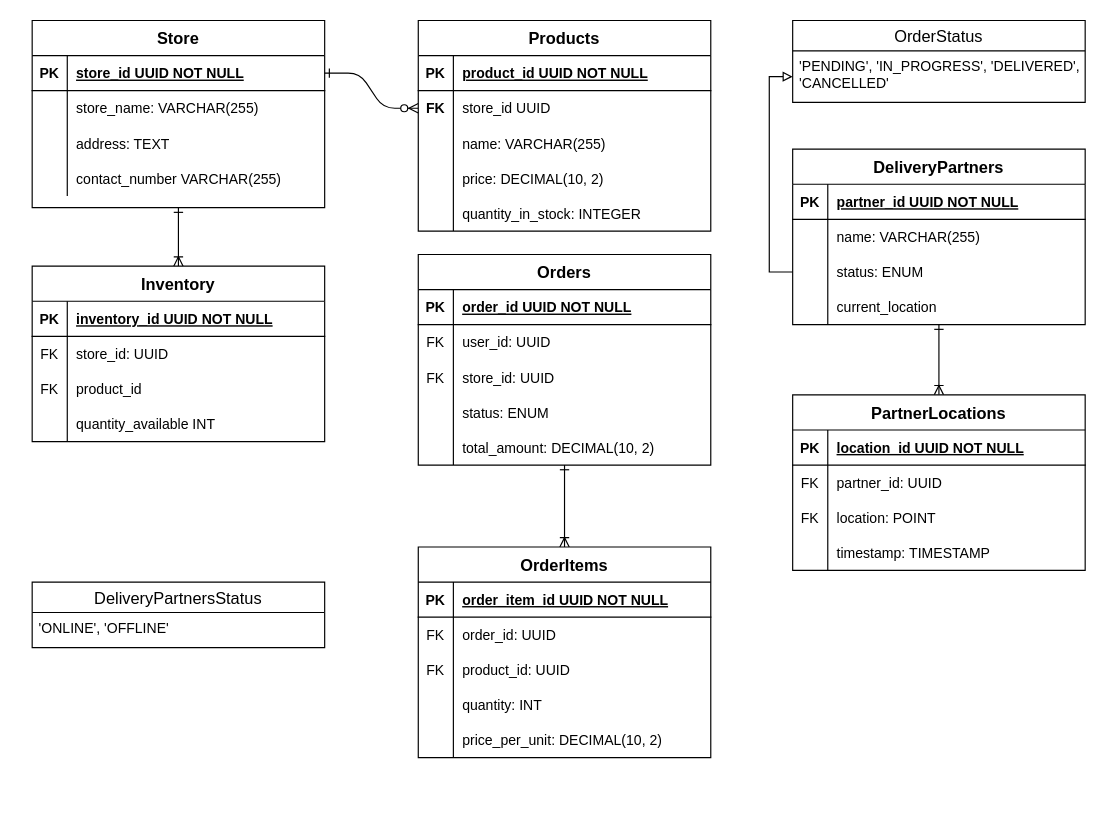
The draw.io diagram Quick Commerce platform Schema.drawio in geeky-sanjay/class-diagrams, before the edit. Source tidied: cells renumbered, new cells numbered last; positions are measured from the earlier drawing's top-left corner, leaving out a move shared by most shapes. Both pictures are drawn from the tidied source at 117%, with x=0, y=0 at pixel (32, 20).
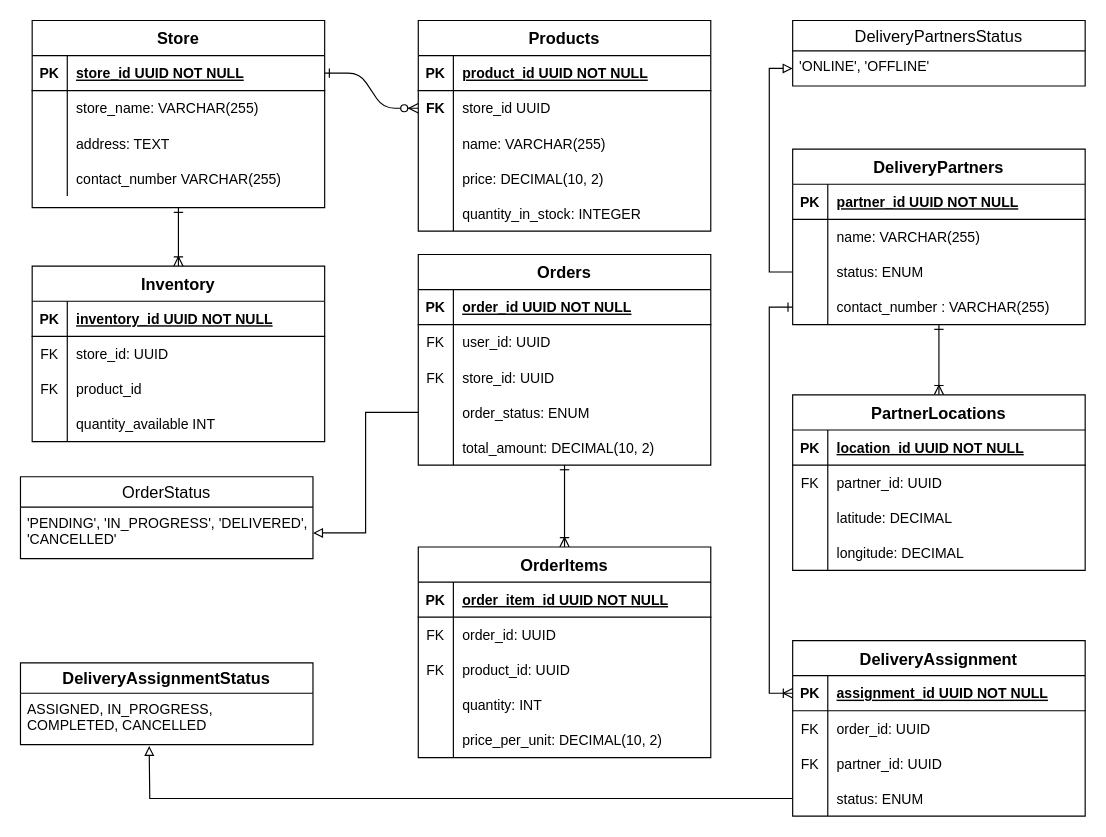
After the change.

The change refers to these unchanged cells:
```xml
<mxCell id="41" style="shape=partialRectangle;fillColor=none;points=[[0,0.5],[1,0.5]];portConstraint=eastwest;top=0;left=0;right=0;bottom=0;" parent="34" vertex="1">
  <mxGeometry y="90" width="250" height="30" as="geometry" />
</mxCell>
<mxCell id="44" style="shape=partialRectangle;fillColor=none;points=[[0,0.5],[1,0.5]];portConstraint=eastwest;top=0;left=0;right=0;bottom=0;" parent="34" vertex="1">
  <mxGeometry y="120" width="250" height="30" as="geometry" />
</mxCell>
<mxCell id="48" value="'ONLINE', 'OFFLINE'" style="text;strokeColor=none;fillColor=none;spacingLeft=4;spacingRight=4;overflow=hidden;points=[[0,0.5],[1,0.5]];portConstraint=eastwest;fontSize=12;whiteSpace=wrap;html=1;" parent="47" vertex="1">
  <mxGeometry y="26" width="250" height="30" as="geometry" />
</mxCell>
<mxCell id="60" style="shape=partialRectangle;fillColor=none;points=[[0,0.5],[1,0.5]];portConstraint=eastwest;top=0;left=0;right=0;bottom=0;" parent="50" vertex="1">
  <mxGeometry y="120" width="250" height="30" as="geometry" />
</mxCell>
<mxCell id="67" value="'PENDING', 'IN_PROGRESS', 'DELIVERED', 'CANCELLED'" style="text;strokeColor=none;fillColor=none;spacingLeft=4;spacingRight=4;overflow=hidden;points=[[0,0.5],[1,0.5]];portConstraint=eastwest;fontSize=12;whiteSpace=wrap;html=1;" parent="66" vertex="1">
  <mxGeometry y="26" width="250" height="44" as="geometry" />
</mxCell>
<mxCell id="84" value="PartnerLocations    " style="shape=table;startSize=30;childLayout=tableLayout;rowLines=0;fontStyle=1;align=center;fontSize=14;" parent="1" vertex="1">
  <mxGeometry x="650" y="320" width="250" height="150" as="geometry" />
</mxCell>
<mxCell id="94" style="shape=partialRectangle;fillColor=none;top=0;left=0;right=0;bottom=0;" parent="84" vertex="1">
  <mxGeometry y="120" width="250" height="30" as="geometry" />
</mxCell>
```

Diff of the diagram source:
```diff
@@
-    <mxCell id="46" value="current_location" style="shape=partialRectangle;overflow=hidden;fillColor=none;top=0;left=0;bottom=0;right=0;align=left;spacingLeft=6;" parent="44" vertex="1">
+    <mxCell id="46" value="contact_number : VARCHAR(255)" style="shape=partialRectangle;overflow=hidden;fillColor=none;top=0;left=0;bottom=0;right=0;align=left;spacingLeft=6;" parent="44" vertex="1">
       <mxGeometry x="30" width="220" height="30" as="geometry" />
     </mxCell>
     <mxCell id="47" value="DeliveryPartnersStatus" style="swimlane;fontStyle=0;horizontal=1;startSize=26;align=center;fontSize=14;" parent="1" vertex="1">
-      <mxGeometry y="480" width="250" height="56" as="geometry" />
+      <mxGeometry x="650" width="250" height="56" as="geometry" />
     </mxCell>
@@
-    <mxCell id="62" value="status: ENUM" style="shape=partialRectangle;overflow=hidden;fillColor=none;top=0;left=0;bottom=0;right=0;align=left;spacingLeft=6;" parent="60" vertex="1">
+    <mxCell id="62" value="order_status: ENUM" style="shape=partialRectangle;overflow=hidden;fillColor=none;top=0;left=0;bottom=0;right=0;align=left;spacingLeft=6;" parent="60" vertex="1">
       <mxGeometry x="30" width="220" height="30" as="geometry" />
     </mxCell>
@@
     <mxCell id="66" value="OrderStatus" style="swimlane;fontStyle=0;horizontal=1;startSize=26;align=center;fontSize=14;" parent="1" vertex="1">
-      <mxGeometry x="650" width="250" height="70" as="geometry" />
+      <mxGeometry x="-10" y="390" width="250" height="70" as="geometry" />
     </mxCell>
@@
-    <mxCell id="91" style="shape=partialRectangle;fillColor=none;top=0;left=0;right=0;bottom=0;" parent="84" vertex="1">
-      <mxGeometry y="90" width="250" height="30" as="geometry" />
-    </mxCell>
-    <mxCell id="92" value="FK" style="shape=partialRectangle;overflow=hidden;fillColor=none;top=0;left=0;bottom=0;right=0;" parent="91" vertex="1">
-      <mxGeometry width="30" height="30" as="geometry" />
-    </mxCell>
-    <mxCell id="93" value="location: POINT" style="shape=partialRectangle;overflow=hidden;fillColor=none;top=0;left=0;bottom=0;right=0;align=left;spacingLeft=6;" parent="91" vertex="1">
-      <mxGeometry x="30" width="220" height="30" as="geometry" />
-    </mxCell>
+    <mxCell id="111" style="shape=partialRectangle;fillColor=none;top=0;left=0;right=0;bottom=0;" parent="84" vertex="1">
+      <mxGeometry y="90" width="250" height="30" as="geometry" />
+    </mxCell>
+    <mxCell id="112" style="shape=partialRectangle;overflow=hidden;fillColor=none;top=0;left=0;bottom=0;right=0;" parent="111" vertex="1">
+      <mxGeometry width="30" height="30" as="geometry" />
+    </mxCell>
+    <mxCell id="113" value="latitude: DECIMAL" style="shape=partialRectangle;overflow=hidden;fillColor=none;top=0;left=0;bottom=0;right=0;align=left;spacingLeft=6;" parent="111" vertex="1">
+      <mxGeometry x="30" width="220" height="30" as="geometry" />
+    </mxCell>
@@
-    <mxCell id="96" value="timestamp: TIMESTAMP" style="shape=partialRectangle;overflow=hidden;fillColor=none;top=0;left=0;bottom=0;right=0;align=left;spacingLeft=6;" parent="94" vertex="1">
+    <mxCell id="96" value="longitude: DECIMAL" style="shape=partialRectangle;overflow=hidden;fillColor=none;top=0;left=0;bottom=0;right=0;align=left;spacingLeft=6;" parent="94" vertex="1">
       <mxGeometry x="30" width="220" height="30" as="geometry" />
     </mxCell>
@@
-    <mxCell id="110" style="edgeStyle=orthogonalEdgeStyle;rounded=0;jettySize=auto;html=1;exitX=0;exitY=0.5;exitDx=0;exitDy=0;entryX=0;entryY=0.5;entryDx=0;entryDy=0;endArrow=none;endFill=0;startArrow=block;startFill=0;" parent="1" edge="1" source="67" target="41">
-      <mxGeometry relative="1" as="geometry" />
-    </mxCell>
+    <mxCell id="114" value="DeliveryAssignment    " style="shape=table;startSize=30;childLayout=tableLayout;rowLines=0;fontStyle=1;align=center;fontSize=14;" parent="1" vertex="1">
+      <mxGeometry x="650" y="530" width="250" height="150" as="geometry" />
+    </mxCell>
+    <mxCell id="115" style="shape=partialRectangle;fillColor=none;points=[[0,0.5],[1,0.5]];portConstraint=eastwest;top=0;left=0;right=0;bottom=1;" parent="114" vertex="1">
+      <mxGeometry y="30" width="250" height="30" as="geometry" />
+    </mxCell>
+    <mxCell id="116" value="PK" style="shape=partialRectangle;overflow=hidden;fillColor=none;top=0;left=0;bottom=0;right=0;fontStyle=1;" parent="115" vertex="1">
+      <mxGeometry width="30" height="30" as="geometry" />
+    </mxCell>
+    <mxCell id="117" value="assignment_id UUID NOT NULL " style="shape=partialRectangle;overflow=hidden;fillColor=none;top=0;left=0;bottom=0;right=0;align=left;spacingLeft=6;fontStyle=5;" parent="115" vertex="1">
+      <mxGeometry x="30" width="220" height="30" as="geometry" />
+    </mxCell>
+    <mxCell id="118" style="shape=partialRectangle;fillColor=none;top=0;left=0;right=0;bottom=0;" parent="114" vertex="1">
+      <mxGeometry y="60" width="250" height="30" as="geometry" />
+    </mxCell>
+    <mxCell id="119" value="FK" style="shape=partialRectangle;overflow=hidden;fillColor=none;top=0;left=0;bottom=0;right=0;" parent="118" vertex="1">
+      <mxGeometry width="30" height="30" as="geometry" />
+    </mxCell>
+    <mxCell id="120" value="order_id: UUID" style="shape=partialRectangle;overflow=hidden;fillColor=none;top=0;left=0;bottom=0;right=0;align=left;spacingLeft=6;" parent="118" vertex="1">
+      <mxGeometry x="30" width="220" height="30" as="geometry" />
+    </mxCell>
+    <mxCell id="121" style="shape=partialRectangle;fillColor=none;top=0;left=0;right=0;bottom=0;" parent="114" vertex="1">
+      <mxGeometry y="90" width="250" height="30" as="geometry" />
+    </mxCell>
+    <mxCell id="122" value="FK" style="shape=partialRectangle;overflow=hidden;fillColor=none;top=0;left=0;bottom=0;right=0;" parent="121" vertex="1">
+      <mxGeometry width="30" height="30" as="geometry" />
+    </mxCell>
+    <mxCell id="123" value="partner_id: UUID" style="shape=partialRectangle;overflow=hidden;fillColor=none;top=0;left=0;bottom=0;right=0;align=left;spacingLeft=6;" parent="121" vertex="1">
+      <mxGeometry x="30" width="220" height="30" as="geometry" />
+    </mxCell>
+    <mxCell id="124" style="shape=partialRectangle;fillColor=none;points=[[0,0.5],[1,0.5]];portConstraint=eastwest;top=0;left=0;right=0;bottom=0;" parent="114" vertex="1">
+      <mxGeometry y="120" width="250" height="30" as="geometry" />
+    </mxCell>
+    <mxCell id="125" style="shape=partialRectangle;overflow=hidden;fillColor=none;top=0;left=0;bottom=0;right=0;" parent="124" vertex="1">
+      <mxGeometry width="30" height="30" as="geometry" />
+    </mxCell>
+    <mxCell id="126" value="status: ENUM" style="shape=partialRectangle;overflow=hidden;fillColor=none;top=0;left=0;bottom=0;right=0;align=left;spacingLeft=6;" parent="124" vertex="1">
+      <mxGeometry x="30" width="220" height="30" as="geometry" />
+    </mxCell>
+    <mxCell id="127" value="DeliveryAssignmentStatus" style="swimlane;fontStyle=1;horizontal=1;startSize=26;align=center;fontSize=14;" parent="1" vertex="1">
+      <mxGeometry x="-10" y="549" width="250" height="70" as="geometry" />
+    </mxCell>
+    <mxCell id="128" value="ASSIGNED, IN_PROGRESS, COMPLETED, CANCELLED" style="text;strokeColor=none;fillColor=none;spacingLeft=4;spacingRight=4;overflow=hidden;fontSize=12;whiteSpace=wrap;html=1;" parent="127" vertex="1">
+      <mxGeometry y="26" width="250" height="44" as="geometry" />
+    </mxCell>
+    <mxCell id="129" style="edgeStyle=orthogonalEdgeStyle;rounded=0;jettySize=auto;html=1;entryX=0;entryY=0.5;entryDx=0;entryDy=0;endArrow=block;endFill=0;" parent="1" edge="1" source="41" target="48">
+      <mxGeometry relative="1" as="geometry" />
+    </mxCell>
+    <mxCell id="130" style="edgeStyle=orthogonalEdgeStyle;rounded=0;jettySize=auto;html=1;exitX=0;exitY=0.5;exitDx=0;exitDy=0;entryX=1;entryY=0.5;entryDx=0;entryDy=0;endArrow=block;endFill=0;" parent="1" edge="1" source="60" target="67">
+      <mxGeometry relative="1" as="geometry" />
+    </mxCell>
+    <mxCell id="131" style="edgeStyle=orthogonalEdgeStyle;rounded=0;jettySize=auto;html=1;exitX=0;exitY=0.5;exitDx=0;exitDy=0;entryX=0;entryY=0.5;entryDx=0;entryDy=0;endArrow=ERoneToMany;endFill=0;startArrow=ERone;startFill=0;" parent="1" edge="1" source="44" target="115">
+      <mxGeometry relative="1" as="geometry" />
+    </mxCell>
+    <mxCell id="132" style="edgeStyle=orthogonalEdgeStyle;rounded=0;jettySize=auto;html=1;exitX=0;exitY=0.5;exitDx=0;exitDy=0;endArrow=block;endFill=0;" parent="1" edge="1" source="124">
+      <mxGeometry relative="1" as="geometry">
+        <mxPoint x="100" y="620" as="targetPoint" />
+      </mxGeometry>
+    </mxCell>
```
